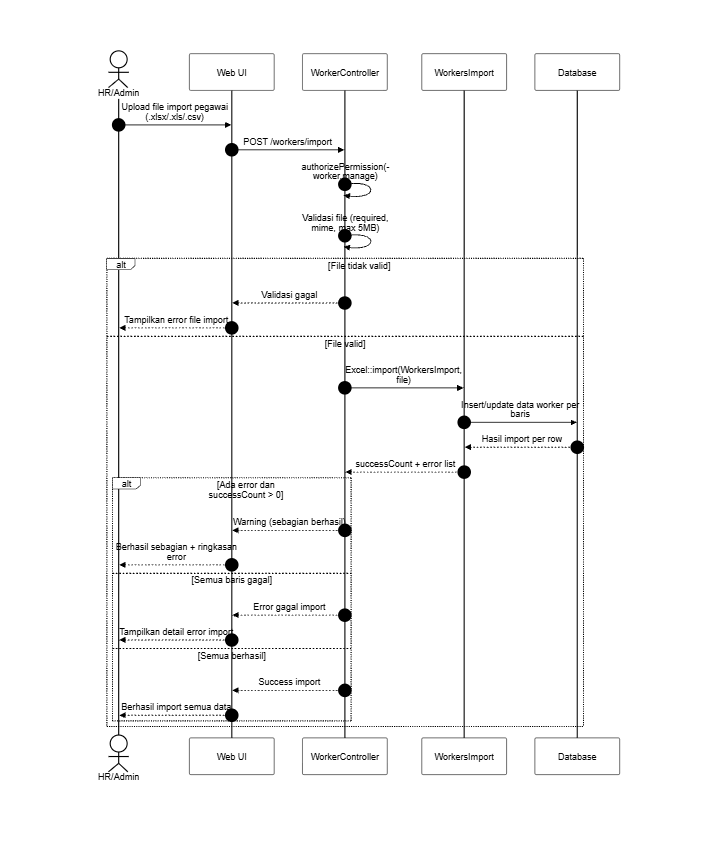
SulaimanHafi23/SimpegRSHDI keeps this Mermaid diagram as docs/SequenceDiagram/PNG_Transparent/KelolaPegawai-Import.png. Above is the earlier version. Its source is kept beside it as docs/SequenceDiagram/KelolaPegawai-Import.mermaid. Source of this version:
```mermaid
%%{init: {"theme": "base", "themeVariables": {"background": "#dddddd", "primaryColor": "#ffffff", "primaryBorderColor": "#000000", "primaryTextColor": "#000000", "lineColor": "#000000", "textColor": "#000000", "actorBkg": "#ffffff", "actorBorder": "#000000", "actorTextColor": "#000000", "activationBkgColor": "#ffffff", "activationBorderColor": "#000000", "signalColor": "#000000", "signalTextColor": "#000000", "labelBoxBkgColor": "#ffffff", "labelBoxBorderColor": "#000000", "labelTextColor": "#000000", "sequenceNumberColor": "#000000", "noteBkgColor": "#ffffff", "noteBorderColor": "#000000", "noteTextColor": "#000000"}, "sequence": {"useMaxWidth": true, "wrap": true, "messageFontSize": 12, "noteFontSize": 12}}}%%
sequenceDiagram
    autonumber
    actor A as HR/Admin
    participant UI as Web UI
    participant C as WorkerController
    participant I as WorkersImport
    participant DB as Database

    A->>UI: Upload file import pegawai (.xlsx/.xls/.csv)
    UI->>C: POST /workers/import
    C->>C: authorizePermission(worker.manage)
    C->>C: Validasi file (required, mime, max 5MB)
    alt File tidak valid
        C-->>UI: Validasi gagal
        UI-->>A: Tampilkan error file import
    else File valid
        C->>I: Excel::import(WorkersImport, file)
        I->>DB: Insert/update data worker per baris
        DB-->>I: Hasil import per row
        I-->>C: successCount + error list
        alt Ada error dan successCount > 0
            C-->>UI: Warning (sebagian berhasil)
            UI-->>A: Berhasil sebagian + ringkasan error
        else Semua baris gagal
            C-->>UI: Error gagal import
            UI-->>A: Tampilkan detail error import
        else Semua berhasil
            C-->>UI: Success import
            UI-->>A: Berhasil import semua data
        end
    end
```
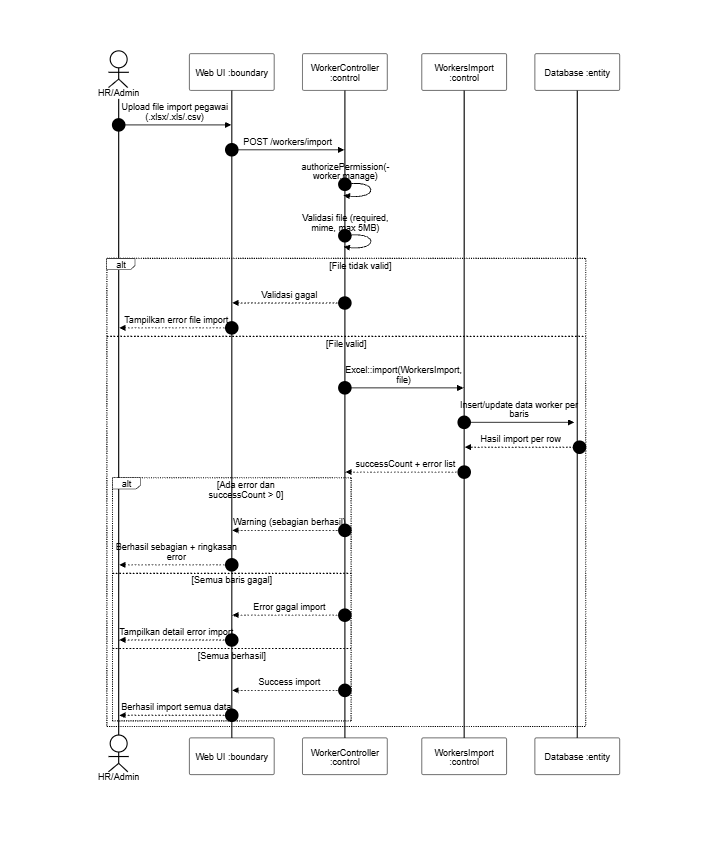
After the change.

Change to the diagram source:
```diff
@@ -2,10 +2,10 @@
 sequenceDiagram
     autonumber
     actor A as HR/Admin
-    participant UI as Web UI
-    participant C as WorkerController
-    participant I as WorkersImport
-    participant DB as Database
+    participant UI as Web UI :boundary
+    participant C as WorkerController :control
+    participant I as WorkersImport :control
+    participant DB as Database :entity
 
     A->>UI: Upload file import pegawai (.xlsx/.xls/.csv)
     UI->>C: POST /workers/import
@@ -16,7 +16,7 @@
         UI-->>A: Tampilkan error file import
     else File valid
         C->>I: Excel::import(WorkersImport, file)
-        I->>DB: Insert/update data worker per baris
+        I->>+DB: Insert/update data worker per baris
         DB-->>I: Hasil import per row
         I-->>C: successCount + error list
         alt Ada error dan successCount > 0
```
